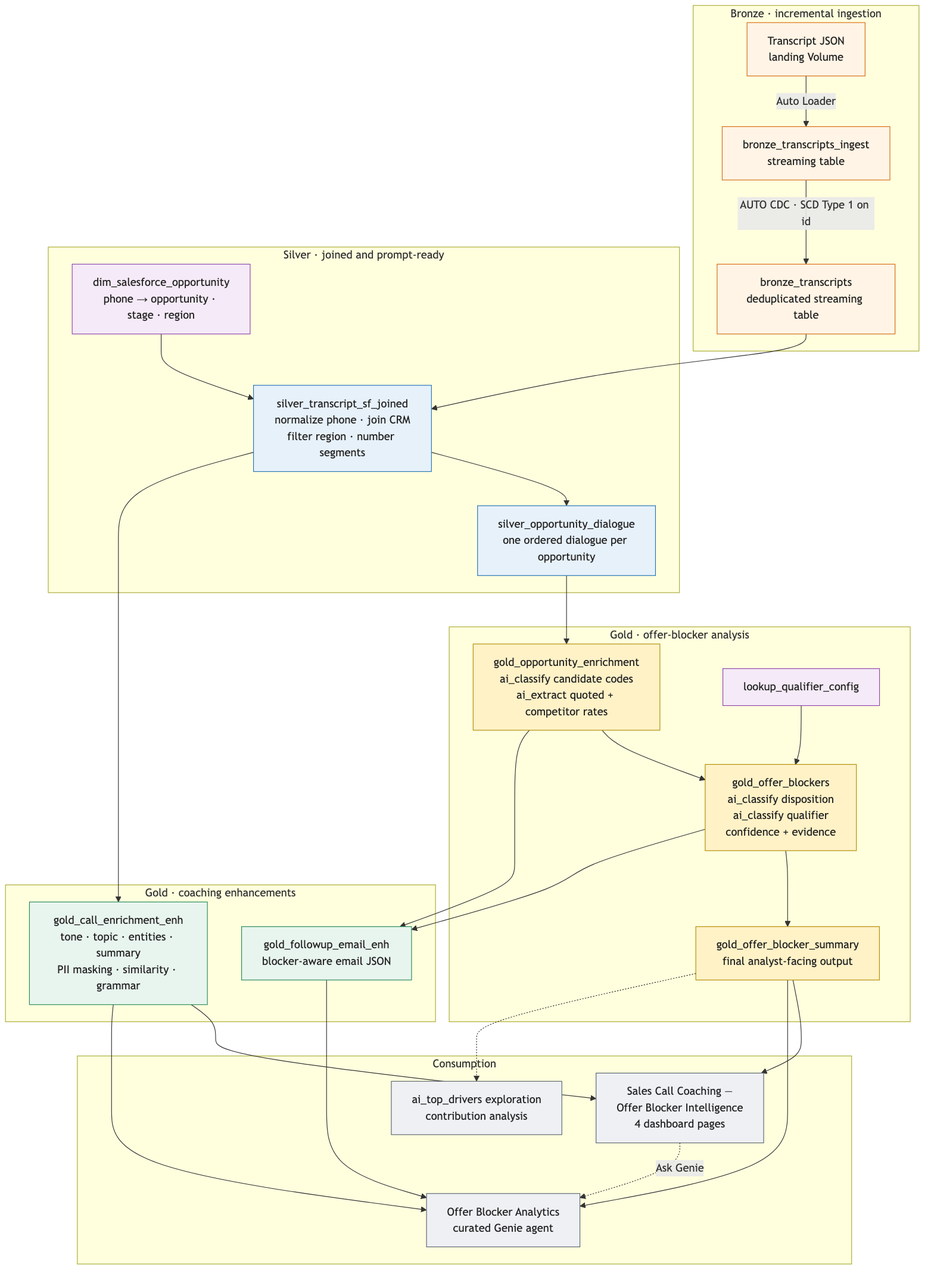
Earlier version of the Mermaid export docs/data_flow.png (brianlui-dbx/superior-call-transcripts-aiq). Its source is kept beside it as docs/data_flow.mmd.
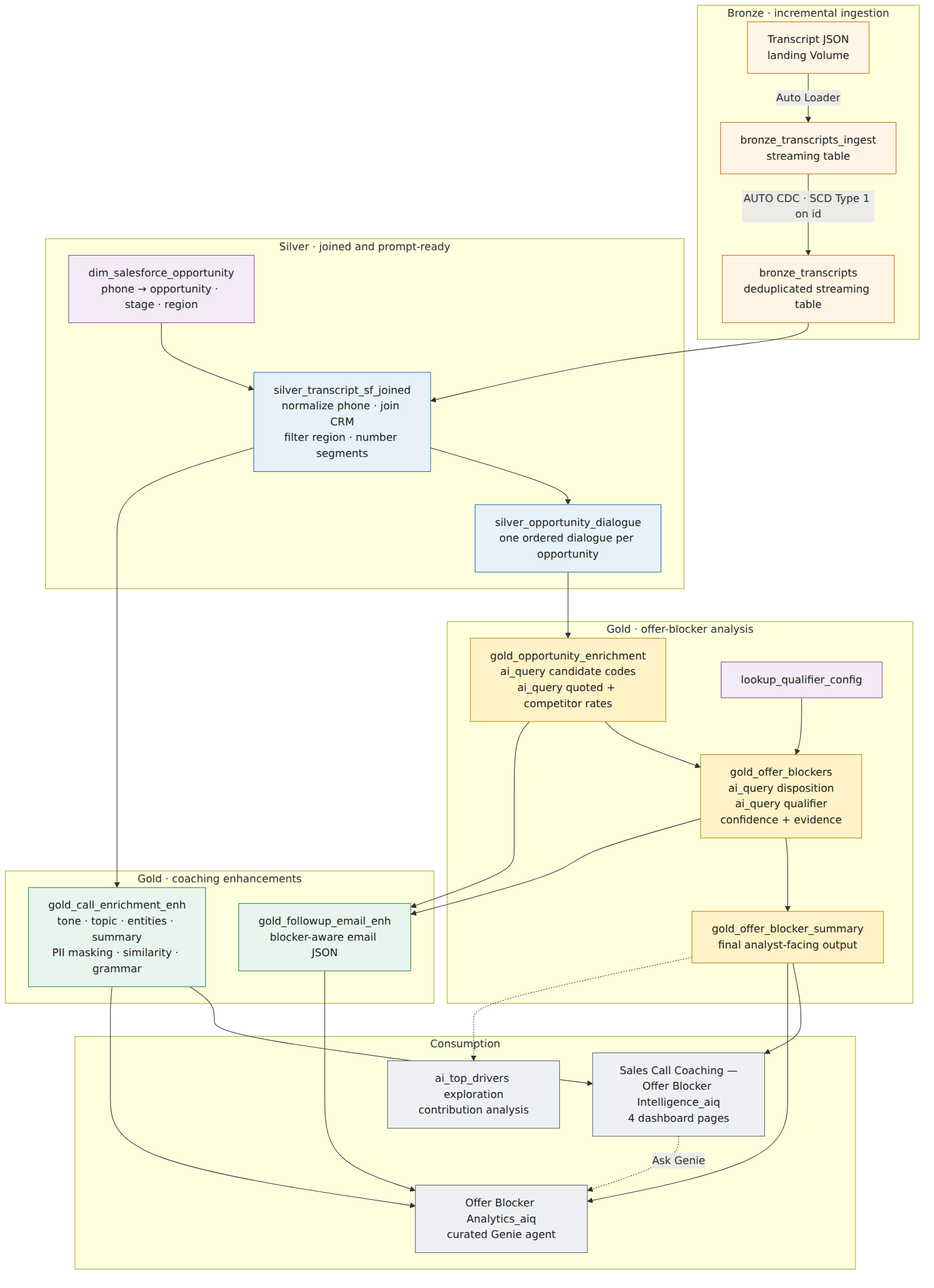
Above is the later version.

Commit message:
DOCS: update README + architecture diagrams for ai_query CORE path and _aiq asset names

What changed in the source:
```diff
@@ -16,9 +16,9 @@
     end
 
     subgraph BLOCKERS["Gold · offer-blocker analysis"]
-        OPPS["gold_opportunity_enrichment<br/>ai_classify candidate codes<br/>ai_extract quoted + competitor rates"]
+        OPPS["gold_opportunity_enrichment<br/>ai_query candidate codes<br/>ai_query quoted + competitor rates"]
         QUAL["lookup_qualifier_config"]
-        FINDINGS["gold_offer_blockers<br/>ai_classify disposition<br/>ai_classify qualifier<br/>confidence + evidence"]
+        FINDINGS["gold_offer_blockers<br/>ai_query disposition<br/>ai_query qualifier<br/>confidence + evidence"]
         SUMMARY["gold_offer_blocker_summary<br/>final analyst-facing output"]
         OPPS --> FINDINGS
         QUAL --> FINDINGS
@@ -31,8 +31,8 @@
     end
 
     subgraph EXPERIENCE["Consumption"]
-        DASH["Sales Call Coaching —<br/>Offer Blocker Intelligence<br/>4 dashboard pages"]
-        GENIE["Offer Blocker Analytics<br/>curated Genie agent"]
+        DASH["Sales Call Coaching —<br/>Offer Blocker Intelligence_aiq<br/>4 dashboard pages"]
+        GENIE["Offer Blocker Analytics_aiq<br/>curated Genie agent"]
         EXPLORE["ai_top_drivers exploration<br/>contribution analysis"]
     end
 
```
